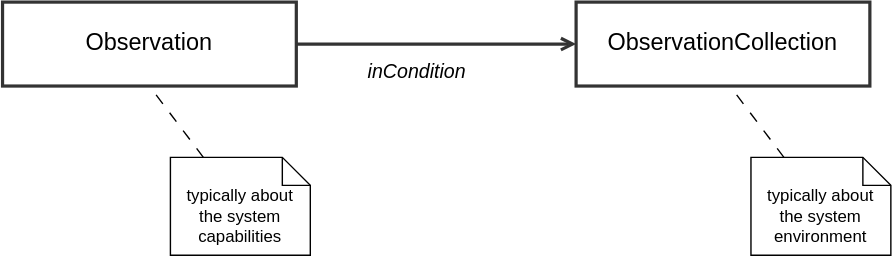
This is ssn/images/SSNSystem-observation-conditions.svg from afeliachi/sdw-sosa-ssn, a draw.io export, as it was before one commit. Source tidied: cells renumbered, new cells last; positions are measured from the earlier drawing's top-left corner, leaving out a move shared by most shapes.
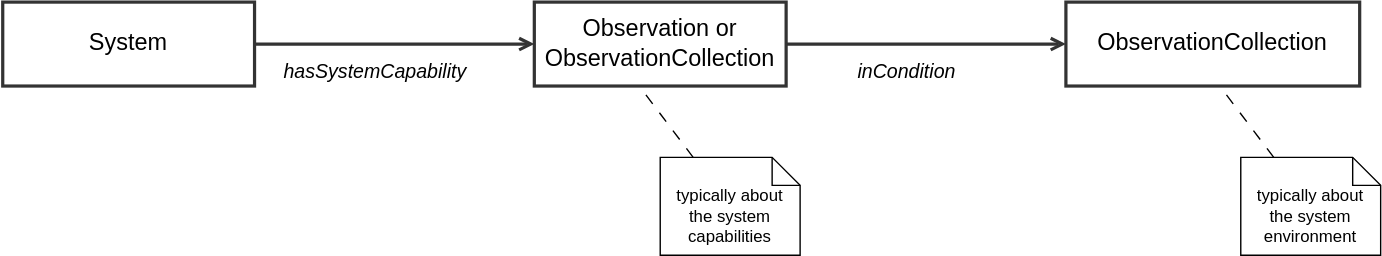
The same diagram one commit later.

Diff of the diagram source:
```diff
@@ -13,8 +13,8 @@
         </Array>
       </mxGeometry>
     </mxCell>
-    <mxCell id="4" value="Observation" style="html=1;overflow=block;blockSpacing=1;whiteSpace=wrap;fontSize=16.8;align=center;spacing=0;strokeColor=#333333;fillColor=none;strokeWidth=2.3;" parent="1" vertex="1">
-      <mxGeometry width="210" height="60" as="geometry" />
+    <mxCell id="4" value="Observation or ObservationCollection" style="html=1;overflow=block;blockSpacing=1;whiteSpace=wrap;fontSize=16.8;align=center;spacing=0;strokeColor=#333333;fillColor=none;strokeWidth=2.3;" parent="1" vertex="1">
+      <mxGeometry x="30" width="180" height="60" as="geometry" />
     </mxCell>
     <mxCell id="5" style="rounded=0;jettySize=auto;html=1;entryX=0.5;entryY=1;entryDx=0;entryDy=0;dashed=1;dashPattern=8 8;endArrow=none;endFill=0;" parent="1" edge="1" source="6">
       <mxGeometry relative="1" as="geometry">
@@ -32,5 +32,17 @@
     <mxCell id="8" value="&lt;br&gt;typically about&lt;br&gt;the system environment" style="shape=note;size=20;whiteSpace=wrap;html=1;" parent="1" vertex="1">
       <mxGeometry x="535" y="111" width="100" height="70" as="geometry" />
     </mxCell>
+    <mxCell id="9" value="hasSystemCapability" style="edgeStyle=orthogonalEdgeStyle;shape=connector;rounded=1;jettySize=auto;html=1;exitX=1;exitY=0.5;exitDx=0;exitDy=0;entryX=0;entryY=0.5;entryDx=0;entryDy=0;labelBackgroundColor=default;strokeColor=#333333;strokeWidth=2.3;align=center;verticalAlign=middle;fontFamily=Helvetica;fontSize=14;fontColor=default;startArrow=none;endArrow=open;fontStyle=2;" parent="1" edge="1" source="10">
+      <mxGeometry x="-0.14" y="-20" relative="1" as="geometry">
+        <mxPoint x="30" y="30" as="targetPoint" />
+        <Array as="points">
+          <mxPoint x="-30" y="30" />
+          <mxPoint x="-30" y="30" />
+        </Array>
+      </mxGeometry>
+    </mxCell>
+    <mxCell id="10" value="System" style="html=1;overflow=block;blockSpacing=1;whiteSpace=wrap;fontSize=16.8;align=center;spacing=0;strokeColor=#333333;fillColor=none;strokeWidth=2.3;" parent="1" vertex="1">
+      <mxGeometry x="-350" width="180" height="60" as="geometry" />
+    </mxCell>
   </root>
 </mxGraphModel>
```
